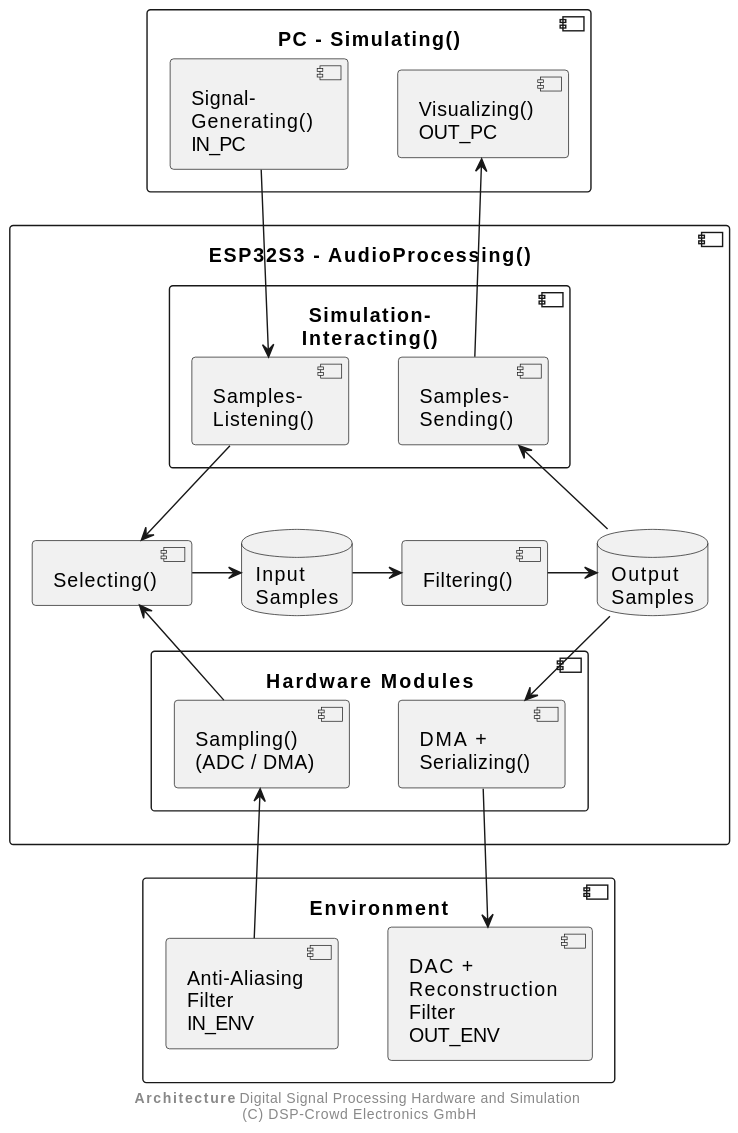
This is doc/system/simulating.svg from NoOrientationProgramming/esp32-s3-audio-processing, a PlantUML export, as it was before one commit.
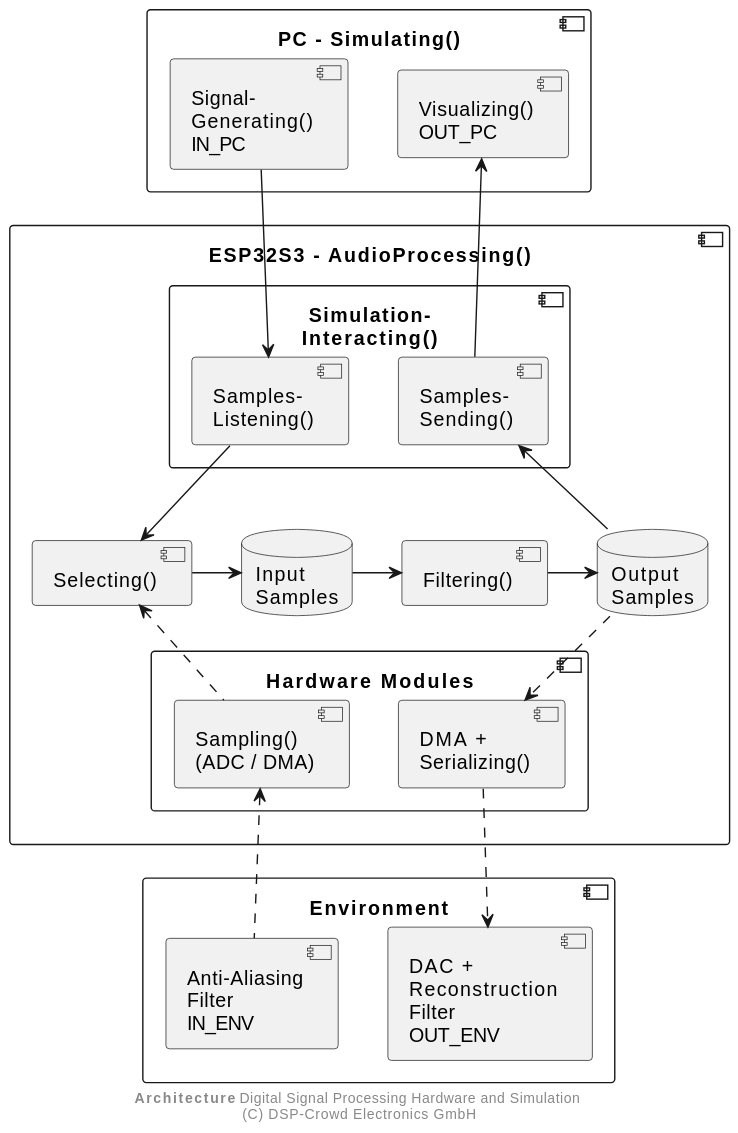
After the commit.

Change to the diagram source:
```diff
@@ -28,8 +28,8 @@
   bufIn -> filt
   filt -> bufOut
 
-  sel <-- adc
-  bufOut --> ser
+  sel <.. adc
+  bufOut ..> ser
 
   listen --> sel
   send <-- bufOut
@@ -43,8 +43,8 @@
 gen --> listen
 visu <-- send
 
-adc <-- filtAA
-ser --> dac
+adc <.. filtAA
+ser ..> dac
 
 footer **Architecture** Digital Signal Processing Hardware and Simulation \n(C) DSP-Crowd Electronics GmbH
 
```
